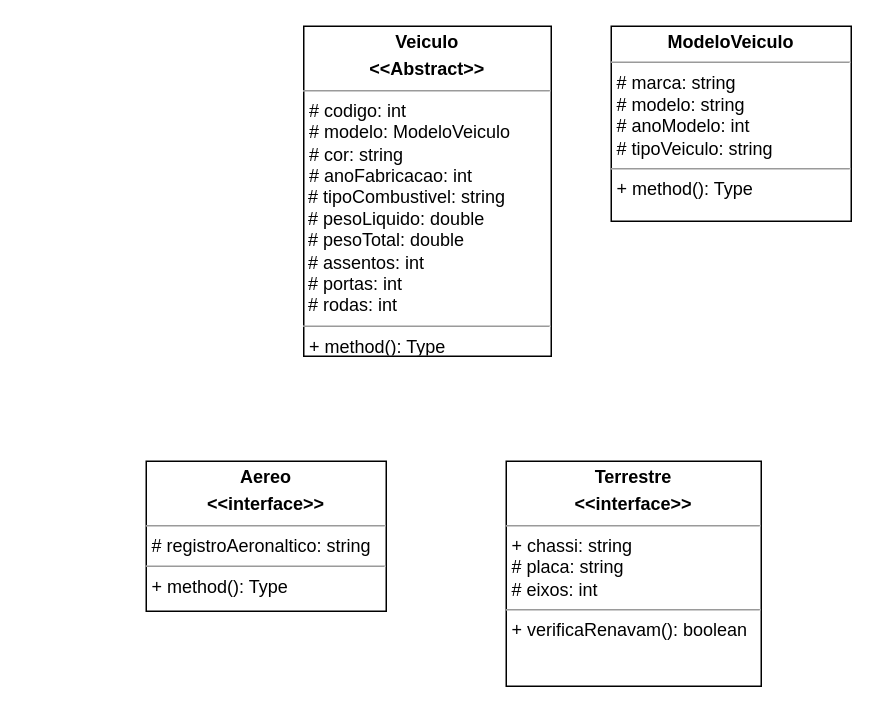
Above: AULA-05/Atividade/docs/UML - Veiculos.drawio in diogoJoseFreitas/UNIDERP-2023.2-LOO (draw.io), before the change. Source tidied: cells renumbered, new cells numbered last; positions are measured from the earlier drawing's top-left corner, leaving out a move shared by most shapes. Both pictures are drawn from the tidied source at 150%, with x=0, y=0 at pixel (146, 26).
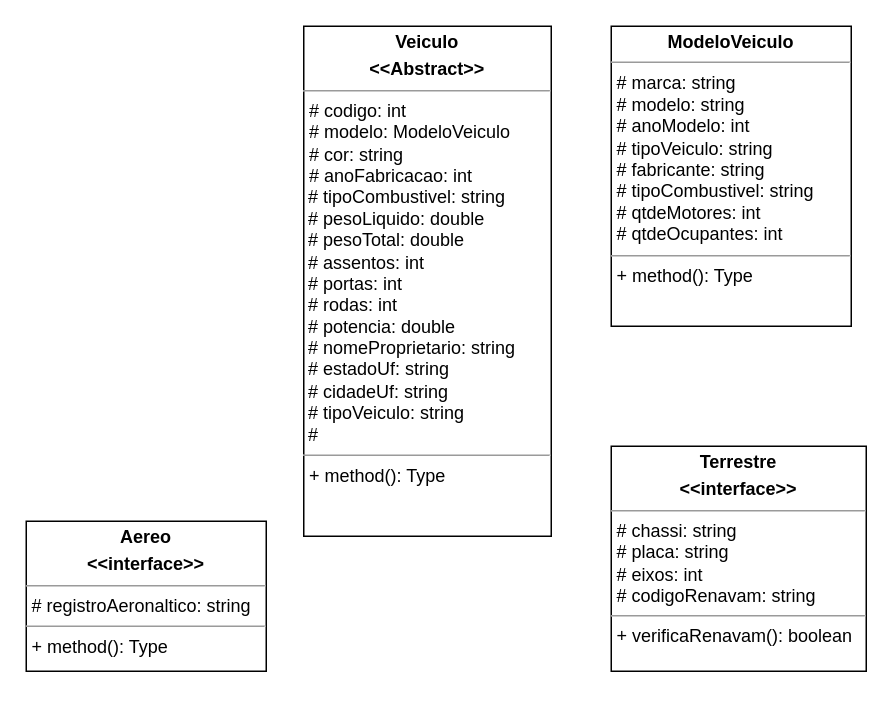
The same diagram, later.

Commit message:
file: Update UML - ativide 4

The edit, as a diff of the source:
```diff
@@
 <mxGraphModel>
   <root>
     <mxCell id="0" />
     <mxCell id="1" parent="0" />
-    <mxCell id="2" value="&lt;p style=&quot;margin:0px;margin-top:4px;text-align:center;&quot;&gt;&lt;b&gt;Veiculo&lt;/b&gt;&lt;/p&gt;&lt;p style=&quot;margin:0px;margin-top:4px;text-align:center;&quot;&gt;&lt;b&gt;&amp;lt;&amp;lt;Abstract&amp;gt;&amp;gt;&lt;/b&gt;&lt;/p&gt;&lt;hr size=&quot;1&quot;&gt;&lt;p style=&quot;margin:0px;margin-left:4px;&quot;&gt;# codigo: int&lt;/p&gt;&lt;p style=&quot;margin:0px;margin-left:4px;&quot;&gt;# modelo: ModeloVeiculo&lt;/p&gt;&lt;p style=&quot;margin:0px;margin-left:4px;&quot;&gt;# cor: string&lt;/p&gt;&lt;p style=&quot;margin:0px;margin-left:4px;&quot;&gt;# anoFabricacao: int&lt;/p&gt;&amp;nbsp;# tipoCombustivel: string&lt;br&gt;&amp;nbsp;# pesoLiquido: double&lt;br&gt;&amp;nbsp;# pesoTotal: double&lt;br&gt;&amp;nbsp;# assentos: int&lt;br&gt;&amp;nbsp;# portas: int&lt;br&gt;&amp;nbsp;# rodas: int&lt;br&gt;&lt;hr size=&quot;1&quot;&gt;&lt;p style=&quot;margin:0px;margin-left:4px;&quot;&gt;+ method(): Type&lt;/p&gt;" style="verticalAlign=top;align=left;overflow=fill;fontSize=12;fontFamily=Helvetica;html=1;" parent="1" vertex="1">
-      <mxGeometry x="105" width="165" height="220" as="geometry" />
+    <mxCell id="2" value="&lt;p style=&quot;margin:0px;margin-top:4px;text-align:center;&quot;&gt;&lt;b&gt;Veiculo&lt;/b&gt;&lt;/p&gt;&lt;p style=&quot;margin:0px;margin-top:4px;text-align:center;&quot;&gt;&lt;b&gt;&amp;lt;&amp;lt;Abstract&amp;gt;&amp;gt;&lt;/b&gt;&lt;/p&gt;&lt;hr size=&quot;1&quot;&gt;&lt;p style=&quot;margin:0px;margin-left:4px;&quot;&gt;# codigo: int&lt;/p&gt;&lt;p style=&quot;margin:0px;margin-left:4px;&quot;&gt;# modelo: ModeloVeiculo&lt;/p&gt;&lt;p style=&quot;margin:0px;margin-left:4px;&quot;&gt;# cor: string&lt;/p&gt;&lt;p style=&quot;margin:0px;margin-left:4px;&quot;&gt;# anoFabricacao: int&lt;/p&gt;&amp;nbsp;# tipoCombustivel: string&lt;br&gt;&amp;nbsp;# pesoLiquido: double&lt;br&gt;&amp;nbsp;# pesoTotal: double&lt;br&gt;&amp;nbsp;# assentos: int&lt;br&gt;&amp;nbsp;# portas: int&lt;br&gt;&amp;nbsp;# rodas: int&lt;br&gt;&amp;nbsp;# potencia: double&lt;br&gt;&amp;nbsp;# nomeProprietario: string&lt;br&gt;&amp;nbsp;# estadoUf: string&lt;br&gt;&amp;nbsp;# cidadeUf: string&lt;br&gt;&amp;nbsp;# tipoVeiculo: string&lt;br&gt;&amp;nbsp;#&amp;nbsp;&lt;br&gt;&lt;hr size=&quot;1&quot;&gt;&lt;p style=&quot;margin:0px;margin-left:4px;&quot;&gt;+ method(): Type&lt;/p&gt;" style="verticalAlign=top;align=left;overflow=fill;fontSize=12;fontFamily=Helvetica;html=1;" parent="1" vertex="1">
+      <mxGeometry x="105" width="165" height="340" as="geometry" />
     </mxCell>
     <mxCell id="3" value="&lt;p style=&quot;margin:0px;margin-top:4px;text-align:center;&quot;&gt;&lt;b&gt;Aereo&lt;/b&gt;&lt;/p&gt;&lt;p style=&quot;margin:0px;margin-top:4px;text-align:center;&quot;&gt;&lt;b&gt;&amp;lt;&amp;lt;interface&amp;gt;&amp;gt;&lt;/b&gt;&lt;/p&gt;&lt;hr size=&quot;1&quot;&gt;&lt;p style=&quot;margin:0px;margin-left:4px;&quot;&gt;# registroAeronaltico: string&lt;/p&gt;&lt;hr size=&quot;1&quot;&gt;&lt;p style=&quot;margin:0px;margin-left:4px;&quot;&gt;+ method(): Type&lt;/p&gt;" style="verticalAlign=top;align=left;overflow=fill;fontSize=12;fontFamily=Helvetica;html=1;" parent="1" vertex="1">
-      <mxGeometry y="290" width="160" height="100" as="geometry" />
+      <mxGeometry x="-80" y="330" width="160" height="100" as="geometry" />
     </mxCell>
-    <mxCell id="4" value="&lt;p style=&quot;margin:0px;margin-top:4px;text-align:center;&quot;&gt;&lt;b&gt;Terrestre&lt;/b&gt;&lt;/p&gt;&lt;p style=&quot;margin:0px;margin-top:4px;text-align:center;&quot;&gt;&lt;b&gt;&amp;lt;&amp;lt;interface&amp;gt;&amp;gt;&lt;/b&gt;&lt;/p&gt;&lt;hr size=&quot;1&quot;&gt;&lt;p style=&quot;margin:0px;margin-left:4px;&quot;&gt;+ chassi: string&lt;/p&gt;&lt;p style=&quot;margin:0px;margin-left:4px;&quot;&gt;# placa: string&lt;/p&gt;&lt;p style=&quot;margin:0px;margin-left:4px;&quot;&gt;# eixos: int&lt;/p&gt;&lt;hr size=&quot;1&quot;&gt;&lt;p style=&quot;margin:0px;margin-left:4px;&quot;&gt;+ verificaRenavam(): boolean&lt;/p&gt;" style="verticalAlign=top;align=left;overflow=fill;fontSize=12;fontFamily=Helvetica;html=1;" parent="1" vertex="1">
-      <mxGeometry x="240" y="290" width="170" height="150" as="geometry" />
+    <mxCell id="4" value="&lt;p style=&quot;margin:0px;margin-top:4px;text-align:center;&quot;&gt;&lt;b&gt;Terrestre&lt;/b&gt;&lt;/p&gt;&lt;p style=&quot;margin:0px;margin-top:4px;text-align:center;&quot;&gt;&lt;b&gt;&amp;lt;&amp;lt;interface&amp;gt;&amp;gt;&lt;/b&gt;&lt;/p&gt;&lt;hr size=&quot;1&quot;&gt;&lt;p style=&quot;margin:0px;margin-left:4px;&quot;&gt;# chassi: string&lt;/p&gt;&lt;p style=&quot;margin:0px;margin-left:4px;&quot;&gt;# placa: string&lt;/p&gt;&lt;p style=&quot;margin:0px;margin-left:4px;&quot;&gt;# eixos: int&lt;/p&gt;&lt;p style=&quot;margin:0px;margin-left:4px;&quot;&gt;# codigoRenavam: string&lt;/p&gt;&lt;hr size=&quot;1&quot;&gt;&lt;p style=&quot;margin:0px;margin-left:4px;&quot;&gt;+ verificaRenavam(): boolean&lt;/p&gt;" style="verticalAlign=top;align=left;overflow=fill;fontSize=12;fontFamily=Helvetica;html=1;" parent="1" vertex="1">
+      <mxGeometry x="310" y="280" width="170" height="150" as="geometry" />
     </mxCell>
-    <mxCell id="5" value="&lt;p style=&quot;margin:0px;margin-top:4px;text-align:center;&quot;&gt;&lt;b&gt;ModeloVeiculo&lt;/b&gt;&lt;/p&gt;&lt;hr size=&quot;1&quot;&gt;&lt;p style=&quot;margin:0px;margin-left:4px;&quot;&gt;&lt;span style=&quot;background-color: initial;&quot;&gt;# marca: string&lt;/span&gt;&lt;br&gt;&lt;/p&gt;&lt;p style=&quot;margin:0px;margin-left:4px;&quot;&gt;&lt;span style=&quot;background-color: initial;&quot;&gt;# modelo: string&lt;/span&gt;&lt;/p&gt;&lt;p style=&quot;margin:0px;margin-left:4px;&quot;&gt;&lt;span style=&quot;background-color: initial;&quot;&gt;# anoModelo: int&lt;br&gt;&lt;/span&gt;&lt;/p&gt;&lt;p style=&quot;margin:0px;margin-left:4px;&quot;&gt;&lt;span style=&quot;background-color: initial;&quot;&gt;# tipoVeiculo: string&lt;/span&gt;&lt;/p&gt;&lt;hr size=&quot;1&quot;&gt;&lt;p style=&quot;margin:0px;margin-left:4px;&quot;&gt;+ method(): Type&lt;/p&gt;" style="verticalAlign=top;align=left;overflow=fill;fontSize=12;fontFamily=Helvetica;html=1;" parent="1" vertex="1">
-      <mxGeometry x="310" width="160" height="130" as="geometry" />
+    <mxCell id="5" value="&lt;p style=&quot;margin:0px;margin-top:4px;text-align:center;&quot;&gt;&lt;b&gt;ModeloVeiculo&lt;/b&gt;&lt;/p&gt;&lt;hr size=&quot;1&quot;&gt;&lt;p style=&quot;margin:0px;margin-left:4px;&quot;&gt;&lt;span style=&quot;background-color: initial;&quot;&gt;# marca: string&lt;/span&gt;&lt;br&gt;&lt;/p&gt;&lt;p style=&quot;margin:0px;margin-left:4px;&quot;&gt;&lt;span style=&quot;background-color: initial;&quot;&gt;# modelo: string&lt;/span&gt;&lt;/p&gt;&lt;p style=&quot;margin:0px;margin-left:4px;&quot;&gt;&lt;span style=&quot;background-color: initial;&quot;&gt;# anoModelo: int&lt;br&gt;&lt;/span&gt;&lt;/p&gt;&lt;p style=&quot;margin:0px;margin-left:4px;&quot;&gt;&lt;span style=&quot;background-color: initial;&quot;&gt;# tipoVeiculo: string&lt;/span&gt;&lt;/p&gt;&lt;p style=&quot;margin:0px;margin-left:4px;&quot;&gt;&lt;span style=&quot;background-color: initial;&quot;&gt;# fabricante: string&lt;/span&gt;&lt;/p&gt;&lt;p style=&quot;margin:0px;margin-left:4px;&quot;&gt;&lt;span style=&quot;background-color: initial;&quot;&gt;# tipoCombustivel: string&lt;/span&gt;&lt;/p&gt;&lt;p style=&quot;margin:0px;margin-left:4px;&quot;&gt;&lt;span style=&quot;background-color: initial;&quot;&gt;# qtdeMotores: int&lt;/span&gt;&lt;/p&gt;&lt;p style=&quot;margin:0px;margin-left:4px;&quot;&gt;# qtdeOcupantes: int&lt;/p&gt;&lt;hr size=&quot;1&quot;&gt;&lt;p style=&quot;margin:0px;margin-left:4px;&quot;&gt;+ method(): Type&lt;/p&gt;" style="verticalAlign=top;align=left;overflow=fill;fontSize=12;fontFamily=Helvetica;html=1;" parent="1" vertex="1">
+      <mxGeometry x="310" width="160" height="200" as="geometry" />
     </mxCell>
   </root>
 </mxGraphModel>
```
